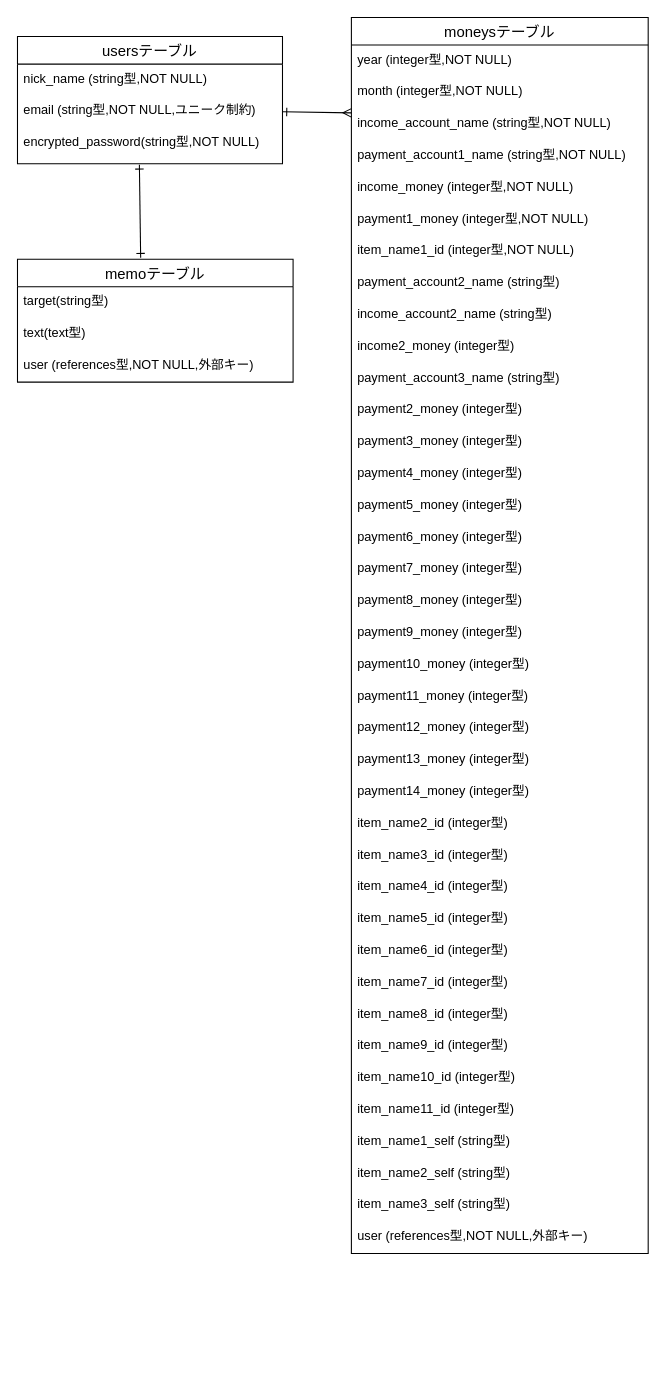
Before: ER.dio in harukakak/rakubo, a draw.io diagram. Source tidied: cells renumbered, new cells numbered last; positions are measured from the earlier drawing's top-left corner, leaving out a move shared by most shapes. Both pictures are drawn from the tidied source at 106%, with x=0, y=0 at pixel (17, 17).
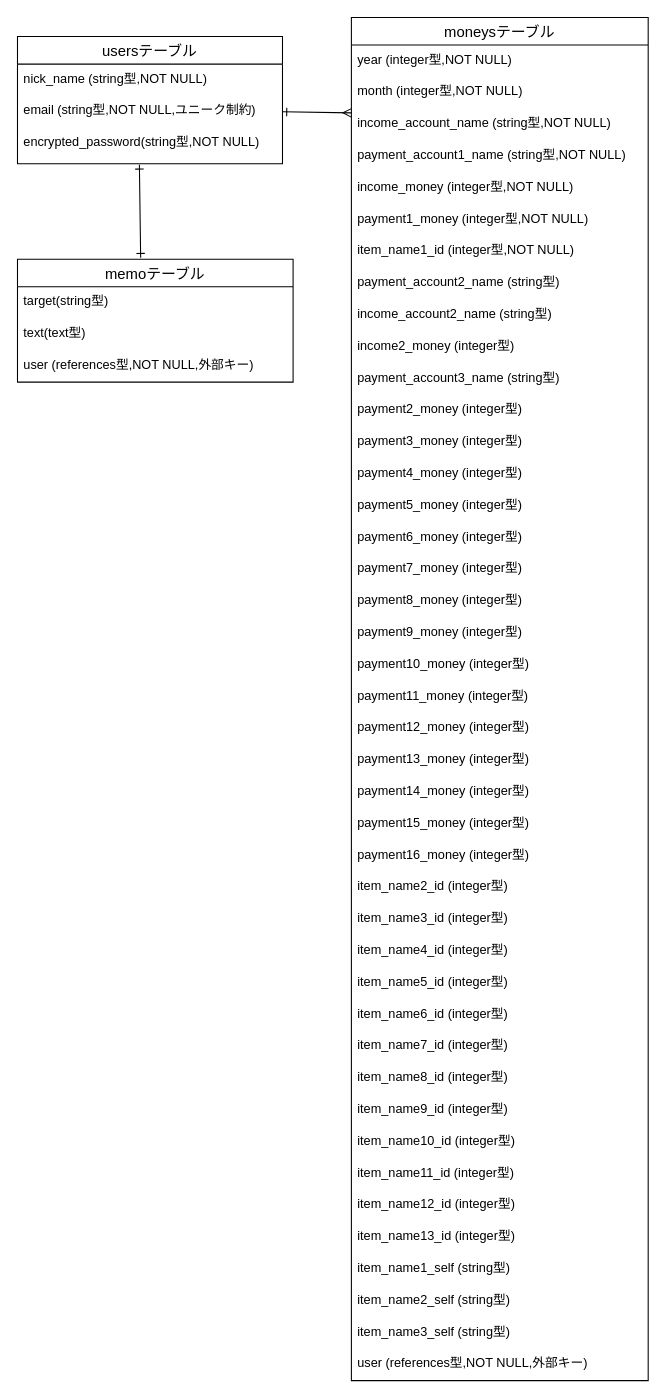
The same diagram, later.

The edit, as a diff of the source:
```diff
@@
     <mxCell id="6" value="moneysテーブル" style="swimlane;fontStyle=0;horizontal=1;startSize=26;align=center;fontSize=14;" parent="1" vertex="1">
-      <mxGeometry x="315" width="280" height="1166" as="geometry" />
+      <mxGeometry x="315" width="280" height="1286" as="geometry" />
     </mxCell>
@@
+    <mxCell id="51" value="payment15_money (integer型)" style="text;strokeColor=none;fillColor=none;spacingLeft=4;spacingRight=4;overflow=hidden;fontSize=12;" parent="6" vertex="1">
+      <mxGeometry y="746" width="280" height="30" as="geometry" />
+    </mxCell>
+    <mxCell id="52" value="payment16_money (integer型)" style="text;strokeColor=none;fillColor=none;spacingLeft=4;spacingRight=4;overflow=hidden;fontSize=12;" parent="6" vertex="1">
+      <mxGeometry y="776" width="280" height="30" as="geometry" />
+    </mxCell>
     <mxCell id="31" value="item_name2_id (integer型)" style="text;strokeColor=none;fillColor=none;spacingLeft=4;spacingRight=4;overflow=hidden;fontSize=12;" parent="6" vertex="1">
-      <mxGeometry y="746" width="280" height="30" as="geometry" />
+      <mxGeometry y="806" width="280" height="30" as="geometry" />
     </mxCell>
     <mxCell id="32" value="item_name3_id (integer型)" style="text;strokeColor=none;fillColor=none;spacingLeft=4;spacingRight=4;overflow=hidden;fontSize=12;" parent="6" vertex="1">
-      <mxGeometry y="776" width="280" height="30" as="geometry" />
+      <mxGeometry y="836" width="280" height="30" as="geometry" />
     </mxCell>
     <mxCell id="33" value="item_name4_id (integer型)" style="text;strokeColor=none;fillColor=none;spacingLeft=4;spacingRight=4;overflow=hidden;fontSize=12;" parent="6" vertex="1">
-      <mxGeometry y="806" width="280" height="30" as="geometry" />
+      <mxGeometry y="866" width="280" height="30" as="geometry" />
     </mxCell>
     <mxCell id="34" value="item_name5_id (integer型)" style="text;strokeColor=none;fillColor=none;spacingLeft=4;spacingRight=4;overflow=hidden;fontSize=12;" parent="6" vertex="1">
-      <mxGeometry y="836" width="280" height="30" as="geometry" />
+      <mxGeometry y="896" width="280" height="30" as="geometry" />
     </mxCell>
     <mxCell id="35" value="item_name6_id (integer型)" style="text;strokeColor=none;fillColor=none;spacingLeft=4;spacingRight=4;overflow=hidden;fontSize=12;" parent="6" vertex="1">
-      <mxGeometry y="866" width="280" height="30" as="geometry" />
+      <mxGeometry y="926" width="280" height="30" as="geometry" />
     </mxCell>
     <mxCell id="36" value="item_name7_id (integer型)" style="text;strokeColor=none;fillColor=none;spacingLeft=4;spacingRight=4;overflow=hidden;fontSize=12;" parent="6" vertex="1">
-      <mxGeometry y="896" width="280" height="30" as="geometry" />
+      <mxGeometry y="956" width="280" height="30" as="geometry" />
     </mxCell>
     <mxCell id="37" value="item_name8_id (integer型)" style="text;strokeColor=none;fillColor=none;spacingLeft=4;spacingRight=4;overflow=hidden;fontSize=12;" parent="6" vertex="1">
-      <mxGeometry y="926" width="280" height="30" as="geometry" />
+      <mxGeometry y="986" width="280" height="30" as="geometry" />
     </mxCell>
     <mxCell id="38" value="item_name9_id (integer型)" style="text;strokeColor=none;fillColor=none;spacingLeft=4;spacingRight=4;overflow=hidden;fontSize=12;" parent="6" vertex="1">
-      <mxGeometry y="956" width="280" height="30" as="geometry" />
+      <mxGeometry y="1016" width="280" height="30" as="geometry" />
     </mxCell>
     <mxCell id="39" value="item_name10_id (integer型)" style="text;strokeColor=none;fillColor=none;spacingLeft=4;spacingRight=4;overflow=hidden;fontSize=12;" parent="6" vertex="1">
-      <mxGeometry y="986" width="280" height="30" as="geometry" />
+      <mxGeometry y="1046" width="280" height="30" as="geometry" />
     </mxCell>
     <mxCell id="40" value="item_name11_id (integer型)" style="text;strokeColor=none;fillColor=none;spacingLeft=4;spacingRight=4;overflow=hidden;fontSize=12;" parent="6" vertex="1">
-      <mxGeometry y="1016" width="280" height="30" as="geometry" />
+      <mxGeometry y="1076" width="280" height="30" as="geometry" />
     </mxCell>
+    <mxCell id="53" value="item_name12_id (integer型)" style="text;strokeColor=none;fillColor=none;spacingLeft=4;spacingRight=4;overflow=hidden;fontSize=12;" parent="6" vertex="1">
+      <mxGeometry y="1106" width="280" height="30" as="geometry" />
+    </mxCell>
+    <mxCell id="54" value="item_name13_id (integer型)" style="text;strokeColor=none;fillColor=none;spacingLeft=4;spacingRight=4;overflow=hidden;fontSize=12;" parent="6" vertex="1">
+      <mxGeometry y="1136" width="280" height="30" as="geometry" />
+    </mxCell>
     <mxCell id="41" value="item_name1_self (string型)" style="text;strokeColor=none;fillColor=none;spacingLeft=4;spacingRight=4;overflow=hidden;fontSize=12;" parent="6" vertex="1">
-      <mxGeometry y="1046" width="280" height="30" as="geometry" />
+      <mxGeometry y="1166" width="280" height="30" as="geometry" />
     </mxCell>
     <mxCell id="42" value="item_name2_self (string型)" style="text;strokeColor=none;fillColor=none;spacingLeft=4;spacingRight=4;overflow=hidden;fontSize=12;" parent="6" vertex="1">
-      <mxGeometry y="1076" width="280" height="30" as="geometry" />
+      <mxGeometry y="1196" width="280" height="30" as="geometry" />
     </mxCell>
     <mxCell id="43" value="item_name3_self (string型)" style="text;strokeColor=none;fillColor=none;spacingLeft=4;spacingRight=4;overflow=hidden;fontSize=12;" parent="6" vertex="1">
-      <mxGeometry y="1106" width="280" height="30" as="geometry" />
+      <mxGeometry y="1226" width="280" height="30" as="geometry" />
     </mxCell>
     <mxCell id="44" value="user (references型,NOT NULL,外部キー)" style="text;strokeColor=none;fillColor=none;spacingLeft=4;spacingRight=4;overflow=hidden;fontSize=12;" parent="6" vertex="1">
-      <mxGeometry y="1136" width="280" height="30" as="geometry" />
+      <mxGeometry y="1256" width="280" height="30" as="geometry" />
     </mxCell>
```
